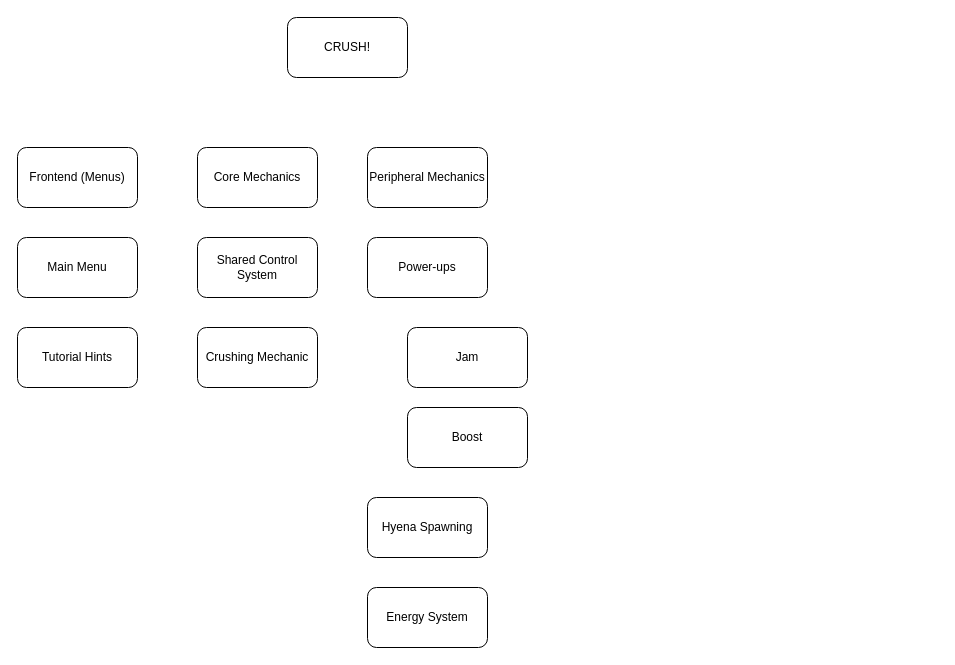
nsy115-11404f/modelisation keeps this draw.io diagram as CrushPBS.drawio. Above is the earlier version. Source tidied: cells renumbered, new cells numbered last; positions are measured from the earlier drawing's top-left corner, leaving out a move shared by most shapes. Both pictures are drawn from the tidied source at 100%, with x=0, y=0 at pixel (17, 17).
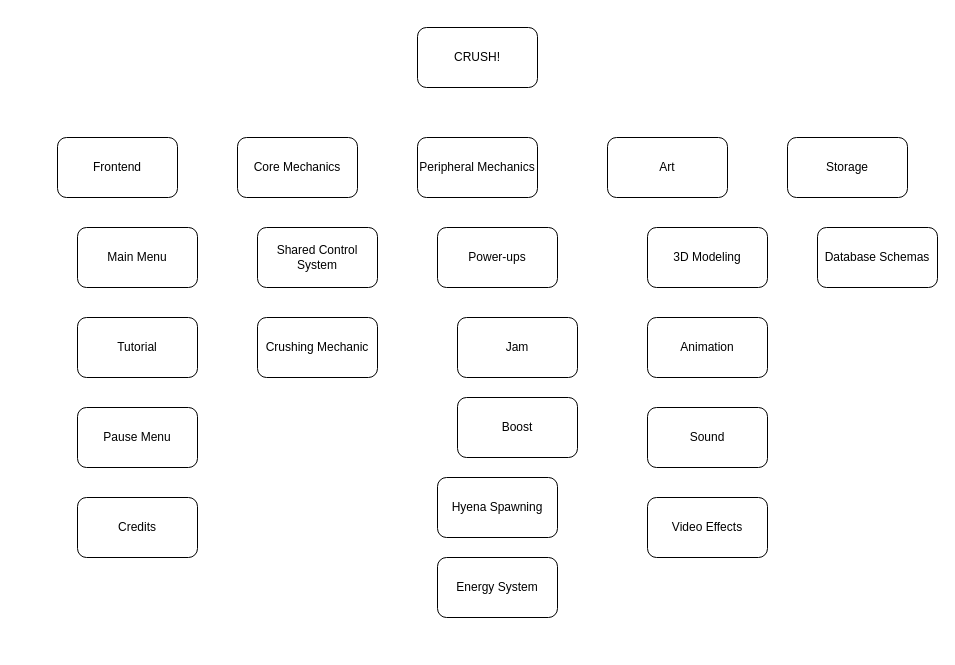
The same page after the edit.

Change to the diagram source:
```diff
@@
     <mxCell id="2" value="CRUSH!" style="rounded=1;whiteSpace=wrap;html=1;" parent="1" vertex="1">
-      <mxGeometry x="270" width="120" height="60" as="geometry" />
+      <mxGeometry x="400" y="10" width="120" height="60" as="geometry" />
     </mxCell>
     <mxCell id="3" value="Peripheral Mechanics" style="rounded=1;whiteSpace=wrap;html=1;" parent="1" vertex="1">
-      <mxGeometry x="350" y="130" width="120" height="60" as="geometry" />
+      <mxGeometry x="400" y="120" width="120" height="60" as="geometry" />
     </mxCell>
-    <mxCell id="4" value="Frontend (Menus)" style="rounded=1;whiteSpace=wrap;html=1;" parent="1" vertex="1">
-      <mxGeometry y="130" width="120" height="60" as="geometry" />
+    <mxCell id="4" value="Frontend" style="rounded=1;whiteSpace=wrap;html=1;" parent="1" vertex="1">
+      <mxGeometry x="40" y="120" width="120" height="60" as="geometry" />
     </mxCell>
     <mxCell id="5" value="Core Mechanics" style="rounded=1;whiteSpace=wrap;html=1;" parent="1" vertex="1">
-      <mxGeometry x="180" y="130" width="120" height="60" as="geometry" />
+      <mxGeometry x="220" y="120" width="120" height="60" as="geometry" />
     </mxCell>
     <mxCell id="6" value="Shared Control System" style="rounded=1;whiteSpace=wrap;html=1;" parent="1" vertex="1">
-      <mxGeometry x="180" y="220" width="120" height="60" as="geometry" />
+      <mxGeometry x="240" y="210" width="120" height="60" as="geometry" />
     </mxCell>
     <mxCell id="7" value="Crushing Mechanic" style="rounded=1;whiteSpace=wrap;html=1;" parent="1" vertex="1">
-      <mxGeometry x="180" y="310" width="120" height="60" as="geometry" />
+      <mxGeometry x="240" y="300" width="120" height="60" as="geometry" />
     </mxCell>
     <mxCell id="8" value="Power-ups" style="rounded=1;whiteSpace=wrap;html=1;" parent="1" vertex="1">
-      <mxGeometry x="350" y="220" width="120" height="60" as="geometry" />
+      <mxGeometry x="420" y="210" width="120" height="60" as="geometry" />
     </mxCell>
     <mxCell id="9" value="Jam" style="rounded=1;whiteSpace=wrap;html=1;" parent="1" vertex="1">
-      <mxGeometry x="390" y="310" width="120" height="60" as="geometry" />
+      <mxGeometry x="440" y="300" width="120" height="60" as="geometry" />
     </mxCell>
     <mxCell id="10" value="Boost" style="rounded=1;whiteSpace=wrap;html=1;" parent="1" vertex="1">
-      <mxGeometry x="390" y="390" width="120" height="60" as="geometry" />
+      <mxGeometry x="440" y="380" width="120" height="60" as="geometry" />
     </mxCell>
     <mxCell id="11" value="Hyena Spawning" style="rounded=1;whiteSpace=wrap;html=1;" parent="1" vertex="1">
-      <mxGeometry x="350" y="480" width="120" height="60" as="geometry" />
+      <mxGeometry x="420" y="460" width="120" height="60" as="geometry" />
     </mxCell>
     <mxCell id="12" value="Energy System" style="rounded=1;whiteSpace=wrap;html=1;" parent="1" vertex="1">
-      <mxGeometry x="350" y="570" width="120" height="60" as="geometry" />
+      <mxGeometry x="420" y="540" width="120" height="60" as="geometry" />
     </mxCell>
     <mxCell id="13" value="Main Menu" style="rounded=1;whiteSpace=wrap;html=1;" parent="1" vertex="1">
-      <mxGeometry y="220" width="120" height="60" as="geometry" />
+      <mxGeometry x="60" y="210" width="120" height="60" as="geometry" />
     </mxCell>
-    <mxCell id="14" value="Tutorial Hints" style="rounded=1;whiteSpace=wrap;html=1;" parent="1" vertex="1">
-      <mxGeometry y="310" width="120" height="60" as="geometry" />
+    <mxCell id="14" value="Tutorial" style="rounded=1;whiteSpace=wrap;html=1;" parent="1" vertex="1">
+      <mxGeometry x="60" y="300" width="120" height="60" as="geometry" />
     </mxCell>
+    <mxCell id="15" value="Pause Menu" style="rounded=1;whiteSpace=wrap;html=1;" parent="1" vertex="1">
+      <mxGeometry x="60" y="390" width="120" height="60" as="geometry" />
+    </mxCell>
+    <mxCell id="16" value="Credits" style="rounded=1;whiteSpace=wrap;html=1;" parent="1" vertex="1">
+      <mxGeometry x="60" y="480" width="120" height="60" as="geometry" />
+    </mxCell>
+    <mxCell id="17" value="Storage" style="rounded=1;whiteSpace=wrap;html=1;" parent="1" vertex="1">
+      <mxGeometry x="770" y="120" width="120" height="60" as="geometry" />
+    </mxCell>
+    <mxCell id="18" value="Database Schemas" style="rounded=1;whiteSpace=wrap;html=1;" parent="1" vertex="1">
+      <mxGeometry x="800" y="210" width="120" height="60" as="geometry" />
+    </mxCell>
+    <mxCell id="19" value="Art" style="rounded=1;whiteSpace=wrap;html=1;" parent="1" vertex="1">
+      <mxGeometry x="590" y="120" width="120" height="60" as="geometry" />
+    </mxCell>
+    <mxCell id="20" value="3D Modeling" style="rounded=1;whiteSpace=wrap;html=1;" parent="1" vertex="1">
+      <mxGeometry x="630" y="210" width="120" height="60" as="geometry" />
+    </mxCell>
+    <mxCell id="21" value="Animation" style="rounded=1;whiteSpace=wrap;html=1;" parent="1" vertex="1">
+      <mxGeometry x="630" y="300" width="120" height="60" as="geometry" />
+    </mxCell>
+    <mxCell id="22" value="Sound" style="rounded=1;whiteSpace=wrap;html=1;" parent="1" vertex="1">
+      <mxGeometry x="630" y="390" width="120" height="60" as="geometry" />
+    </mxCell>
+    <mxCell id="23" value="Video Effects" style="rounded=1;whiteSpace=wrap;html=1;" parent="1" vertex="1">
+      <mxGeometry x="630" y="480" width="120" height="60" as="geometry" />
+    </mxCell>
```
